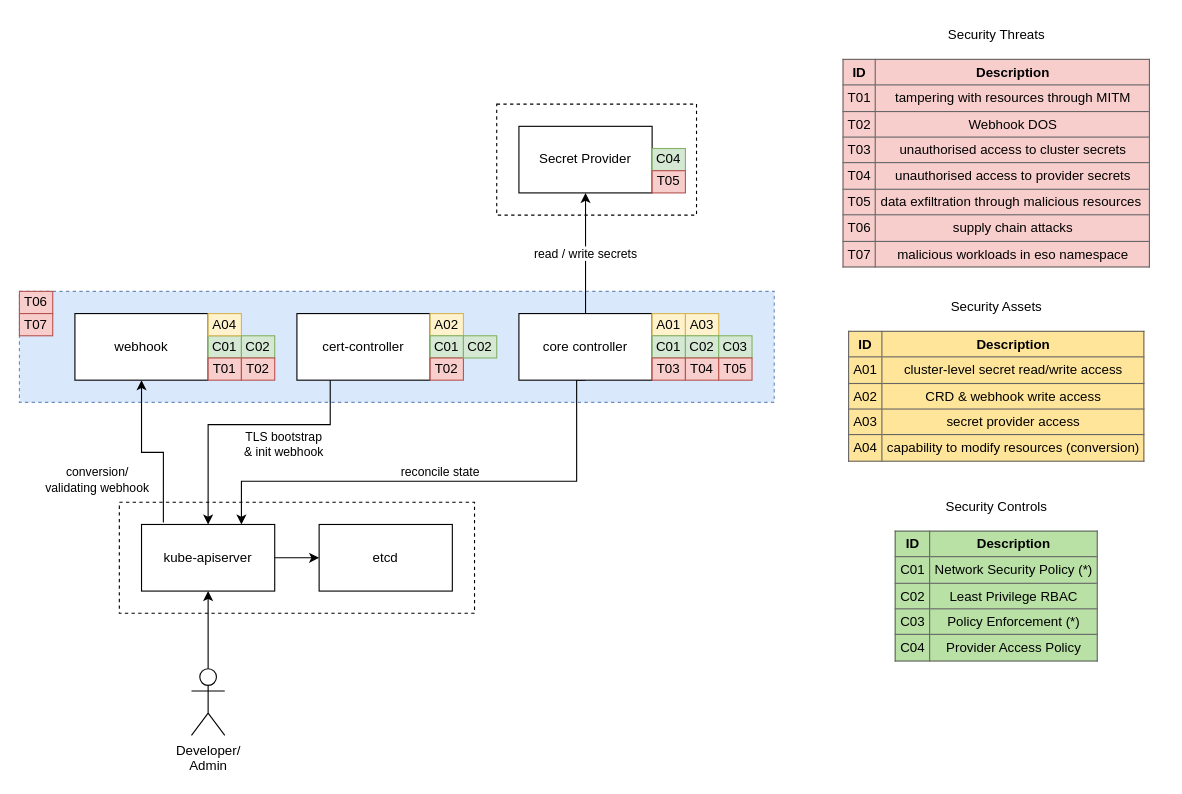
The draw.io diagram page "Overview" (1 of 2) of docs/pictures/eso-threat-model.drawio in external-secrets/external-secrets, before the edit. Source tidied: cells renumbered, new cells numbered last; positions are measured from the earlier drawing's top-left corner, leaving out a move shared by most shapes. Both pictures are drawn from the tidied source at 111%, with x=0, y=0 at pixel (19, 19).
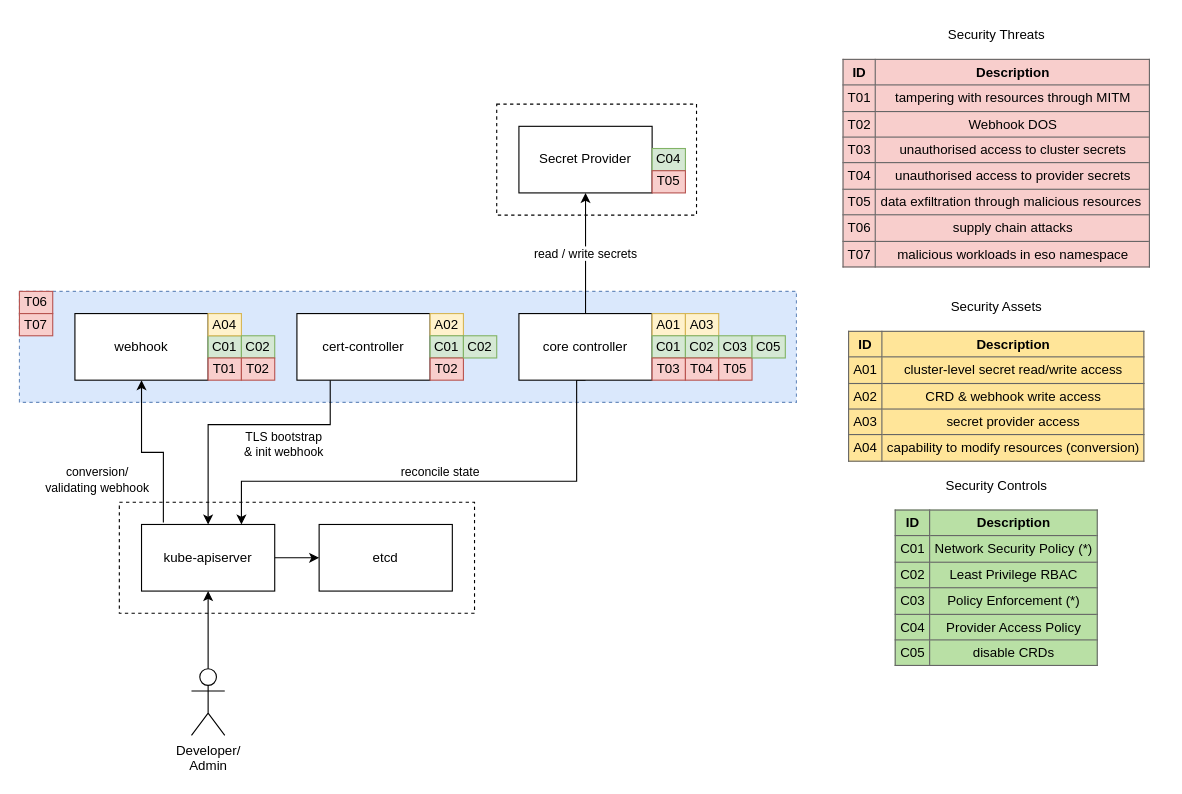
Above is the later version.

Commit message (it also covers changes not shown here):
feat: add controls to disable CRDs C05

Unchanged cells that the change refers to:
```xml
<mxCell id="7" value="kube-apiserver" style="rounded=0;whiteSpace=wrap;html=1;" parent="1" vertex="1">
  <mxGeometry x="110" y="455" width="120" height="60" as="geometry" />
</mxCell>
<mxCell id="8" value="webhook" style="rounded=0;whiteSpace=wrap;html=1;" parent="1" vertex="1">
  <mxGeometry x="50" y="265" width="120" height="60" as="geometry" />
</mxCell>
```

Diff of the diagram source:
```diff
@@
     <mxCell id="4" style="rounded=0;whiteSpace=wrap;html=1;fillColor=#dae8fc;dashed=1;strokeColor=#6c8ebf;" parent="1" vertex="1">
-      <mxGeometry y="245" width="680" height="100" as="geometry" />
+      <mxGeometry y="245" width="700" height="100" as="geometry" />
     </mxCell>
-    <mxCell id="5" value="conversion/&lt;br&gt;validating webhook" style="edgeStyle=orthogonalEdgeStyle;rounded=0;jettySize=auto;html=1;exitX=0.164;exitY=-0.031;exitDx=0;exitDy=0;entryX=0.5;entryY=1;entryDx=0;entryDy=0;exitPerimeter=0;" parent="1" edge="1" source="7" target="8">
+    <mxCell id="5" value="conversion/&lt;br&gt;validating webhook" style="edgeStyle=orthogonalEdgeStyle;rounded=0;jettySize=auto;html=1;exitX=0.164;exitY=-0.031;exitDx=0;exitDy=0;entryX=0.5;entryY=1;entryDx=0;entryDy=0;exitPerimeter=0;labelBackgroundColor=none;" parent="1" edge="1" source="7" target="8">
       <mxGeometry x="0.12" y="47" relative="1" as="geometry">
         <mxPoint x="7" y="25" as="offset" />
       </mxGeometry>
     </mxCell>
@@
-    <mxCell id="19" value="Security Controls&lt;br&gt;&lt;br&gt;&lt;table cellpadding=&quot;4&quot; style=&quot;border: 1px solid rgb(102, 102, 102); border-collapse: collapse; background-color: rgb(185, 224, 165);&quot; border=&quot;1&quot;&gt;&lt;tbody&gt;&lt;tr&gt;&lt;td style=&quot;border-collapse: collapse;&quot; border=&quot;1&quot;&gt;&lt;b&gt;ID&lt;/b&gt;&lt;/td&gt;&lt;td&gt;&lt;b&gt;Description&lt;/b&gt;&lt;/td&gt;&lt;/tr&gt;&lt;tr&gt;&lt;td&gt;C01&lt;/td&gt;&lt;td&gt;Network Security Policy (*)&lt;/td&gt;&lt;/tr&gt;&lt;tr&gt;&lt;td&gt;C02&lt;/td&gt;&lt;td&gt;Least Privilege RBAC&lt;/td&gt;&lt;/tr&gt;&lt;tr&gt;&lt;td&gt;C03&lt;/td&gt;&lt;td&gt;Policy Enforcement (*)&lt;/td&gt;&lt;/tr&gt;&lt;tr&gt;&lt;td&gt;C04&lt;/td&gt;&lt;td&gt;Provider Access Policy&lt;/td&gt;&lt;/tr&gt;&lt;/tbody&gt;&lt;/table&gt;" style="text;html=1;align=center;verticalAlign=middle;strokeColor=none;fillColor=none;" parent="1" vertex="1">
-      <mxGeometry x="775" y="425" width="210" height="160" as="geometry" />
+    <mxCell id="19" value="Security Controls&lt;br&gt;&lt;br&gt;&lt;table cellpadding=&quot;4&quot; style=&quot;border: 1px solid rgb(102, 102, 102); border-collapse: collapse; background-color: rgb(185, 224, 165);&quot; border=&quot;1&quot;&gt;&lt;tbody&gt;&lt;tr&gt;&lt;td style=&quot;border-collapse: collapse;&quot; border=&quot;1&quot;&gt;&lt;b&gt;ID&lt;/b&gt;&lt;/td&gt;&lt;td&gt;&lt;b&gt;Description&lt;/b&gt;&lt;/td&gt;&lt;/tr&gt;&lt;tr&gt;&lt;td&gt;C01&lt;/td&gt;&lt;td&gt;Network Security Policy (*)&lt;/td&gt;&lt;/tr&gt;&lt;tr&gt;&lt;td&gt;C02&lt;/td&gt;&lt;td&gt;Least Privilege RBAC&lt;/td&gt;&lt;/tr&gt;&lt;tr&gt;&lt;td&gt;C03&lt;/td&gt;&lt;td&gt;Policy Enforcement (*)&lt;/td&gt;&lt;/tr&gt;&lt;tr&gt;&lt;td&gt;C04&lt;/td&gt;&lt;td&gt;Provider Access Policy&lt;/td&gt;&lt;/tr&gt;&lt;tr&gt;&lt;td&gt;C05&lt;/td&gt;&lt;td&gt;disable CRDs&lt;/td&gt;&lt;/tr&gt;&lt;/tbody&gt;&lt;/table&gt;&lt;span style=&quot;white-space: pre;&quot;&gt;&#9;&lt;/span&gt;" style="text;html=1;align=center;verticalAlign=middle;strokeColor=none;fillColor=none;" parent="1" vertex="1">
+      <mxGeometry x="775" y="405" width="210" height="200" as="geometry" />
     </mxCell>
@@
+    <mxCell id="42" value="C05" style="rounded=0;whiteSpace=wrap;html=1;fillColor=#d5e8d4;strokeColor=#82b366;" parent="1" vertex="1">
+      <mxGeometry x="660" y="285" width="30" height="20" as="geometry" />
+    </mxCell>
```
